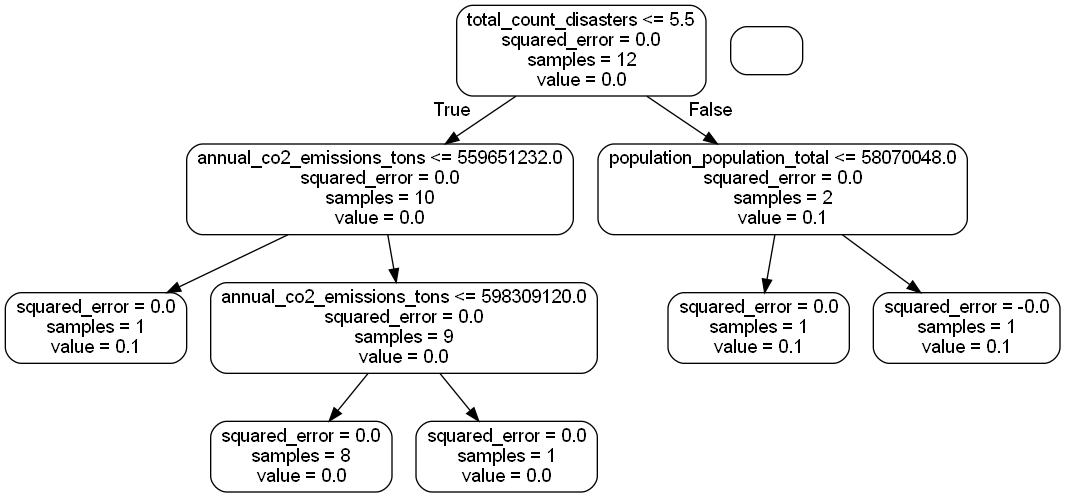
Before: notebook.3/small_tree.png, a diagram exported from Graphviz (aramosg/final_project_global_warming). Its source is kept beside it as notebook.3/small_tree.dot.
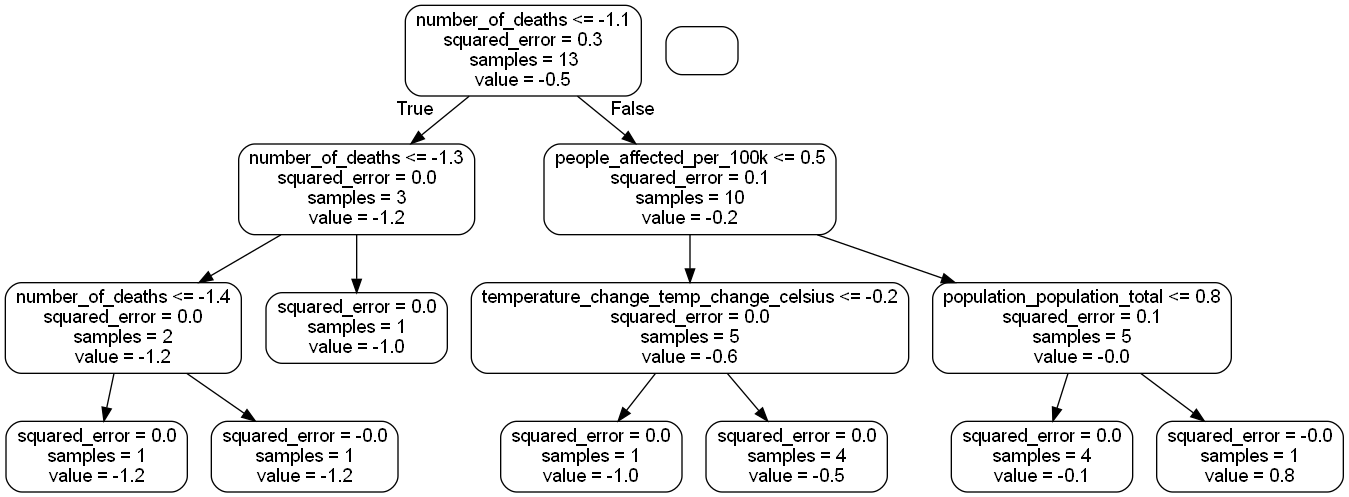
Later version of the same file.

Diff of the diagram source:
```diff
@@ -1,21 +1,29 @@
 digraph Tree {
 node [shape=box, style="rounded", color="black", fontname="helvetica"] ;
 edge [fontname="helvetica"] ;
-0 [label="total_count_disasters <= 5.5\nsquared_error = 0.0\nsamples = 12\nvalue = 0.0"] ;
-1 [label="annual_co2_emissions_tons <= 559651232.0\nsquared_error = 0.0\nsamples = 10\nvalue = 0.0"] ;
+0 [label="number_of_deaths <= -1.1\nsquared_error = 0.3\nsamples = 13\nvalue = -0.5"] ;
+1 [label="number_of_deaths <= -1.3\nsquared_error = 0.0\nsamples = 3\nvalue = -1.2"] ;
 0 -> 1 [labeldistance=2.5, labelangle=45, headlabel="True"] ;
-2 [label="squared_error = 0.0\nsamples = 1\nvalue = 0.1"] ;
+2 [label="number_of_deaths <= -1.4\nsquared_error = 0.0\nsamples = 2\nvalue = -1.2"] ;
 1 -> 2 ;
-3 [label="annual_co2_emissions_tons <= 598309120.0\nsquared_error = 0.0\nsamples = 9\nvalue = 0.0"] ;
-1 -> 3 ;
-4 [label="squared_error = 0.0\nsamples = 8\nvalue = 0.0"] ;
-3 -> 4 ;
-5 [label="squared_error = 0.0\nsamples = 1\nvalue = 0.0"] ;
-3 -> 5 ;
-6 [label="population_population_total <= 58070048.0\nsquared_error = 0.0\nsamples = 2\nvalue = 0.1"] ;
+3 [label="squared_error = 0.0\nsamples = 1\nvalue = -1.2"] ;
+2 -> 3 ;
+4 [label="squared_error = -0.0\nsamples = 1\nvalue = -1.2"] ;
+2 -> 4 ;
+5 [label="squared_error = 0.0\nsamples = 1\nvalue = -1.0"] ;
+1 -> 5 ;
+6 [label="people_affected_per_100k <= 0.5\nsquared_error = 0.1\nsamples = 10\nvalue = -0.2"] ;
 0 -> 6 [labeldistance=2.5, labelangle=-45, headlabel="False"] ;
-7 [label="squared_error = 0.0\nsamples = 1\nvalue = 0.1"] ;
+7 [label="temperature_change_temp_change_celsius <= -0.2\nsquared_error = 0.0\nsamples = 5\nvalue = -0.6"] ;
 6 -> 7 ;
-8 [label="squared_error = -0.0\nsamples = 1\nvalue = 0.1"] ;
-6 -> 8 ;
+8 [label="squared_error = 0.0\nsamples = 1\nvalue = -1.0"] ;
+7 -> 8 ;
+9 [label="squared_error = 0.0\nsamples = 4\nvalue = -0.5"] ;
+7 -> 9 ;
+10 [label="population_population_total <= 0.8\nsquared_error = 0.1\nsamples = 5\nvalue = -0.0"] ;
+6 -> 10 ;
+11 [label="squared_error = 0.0\nsamples = 4\nvalue = -0.1"] ;
+10 -> 11 ;
+12 [label="squared_error = -0.0\nsamples = 1\nvalue = 0.8"] ;
+10 -> 12 ;
 }
```
